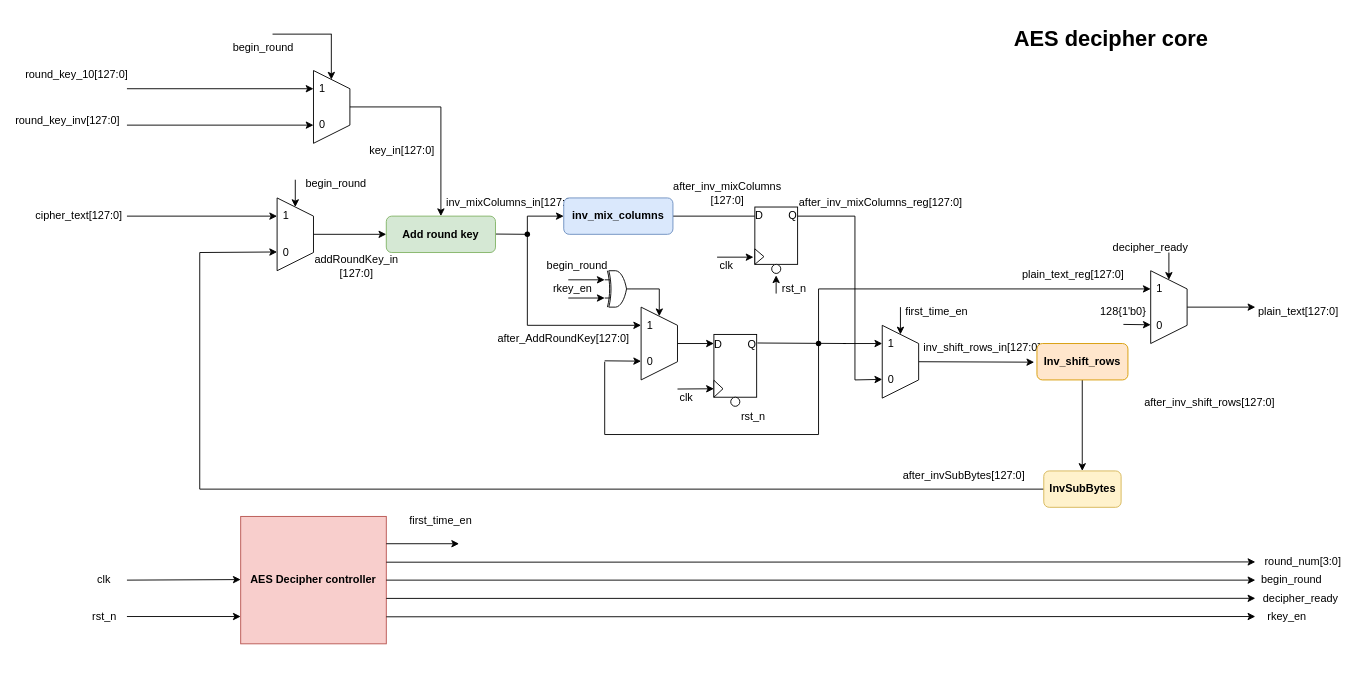
The draw.io diagram page "AES Decipher core" (18 of 26) of AES128 Diagram.drawio in 106210049/AES-128, before the edit. Source tidied: cells renumbered, new cells numbered last; positions are measured from the earlier drawing's top-left corner, leaving out a move shared by most shapes. Both pictures are drawn from the tidied source at 91%, with x=0, y=0 at pixel (26, 25).
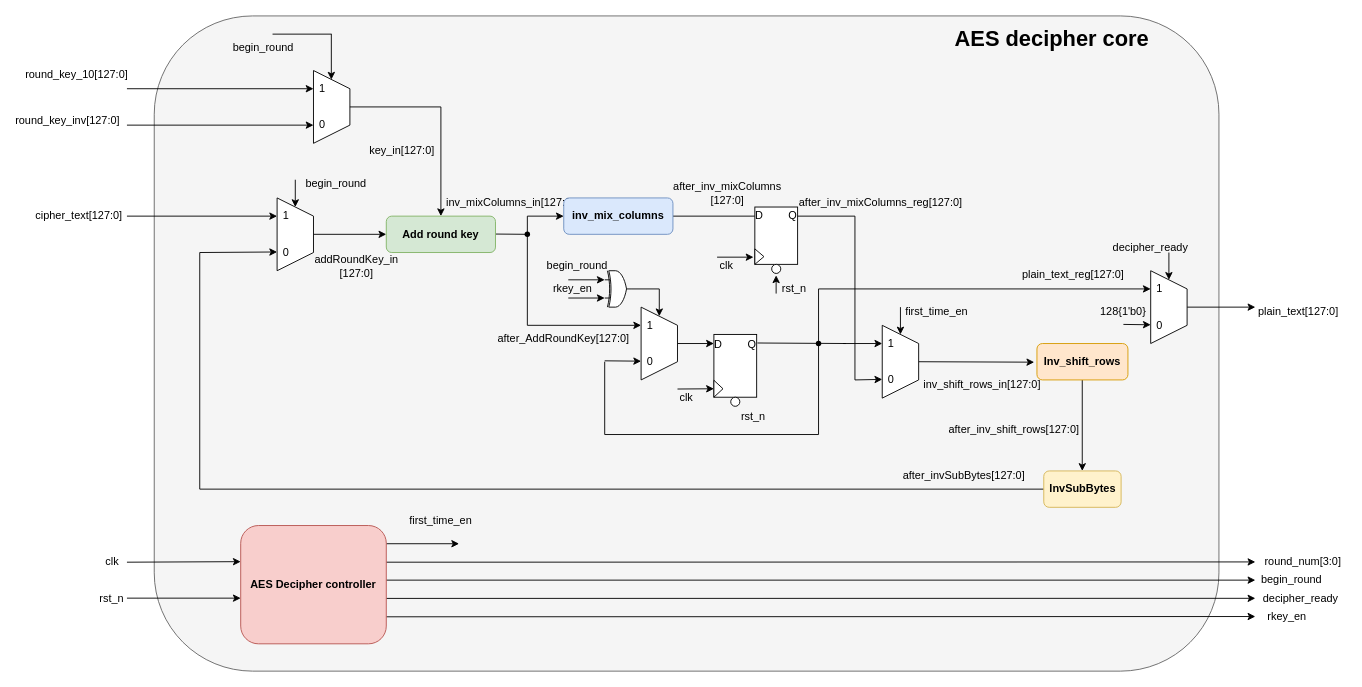
The same diagram, later.

The edit, as a diff of the source:
```diff
@@
+    <mxCell id="131" style="rounded=1;whiteSpace=wrap;html=1;fillColor=#f5f5f5;fontColor=#333333;strokeColor=#666666;" parent="1" vertex="1">
+      <mxGeometry x="140" y="-10" width="1170" height="720" as="geometry" />
+    </mxCell>
@@
-    <mxCell id="61" value="AES Decipher controller" style="rounded=0;whiteSpace=wrap;html=1;fillColor=#f8cecc;fontStyle=1;strokeColor=#b85450;" parent="1" vertex="1">
-      <mxGeometry x="235" y="540" width="160" height="140" as="geometry" />
-    </mxCell>
     <mxCell id="62" style="endArrow=classic;html=1;rounded=0;" parent="1" edge="1">
       <mxGeometry relative="1" as="geometry">
-        <mxPoint x="110" y="610" as="sourcePoint" />
-        <mxPoint x="235" y="609.4" as="targetPoint" />
+        <mxPoint x="110" y="590.3" as="sourcePoint" />
+        <mxPoint x="235" y="589.7" as="targetPoint" />
       </mxGeometry>
     </mxCell>
     <mxCell id="63" value="clk" style="text;strokeColor=none;align=center;fillColor=none;html=1;verticalAlign=middle;whiteSpace=wrap;rounded=0;" parent="1" vertex="1">
-      <mxGeometry x="60" y="600" width="50" height="20" as="geometry" />
+      <mxGeometry x="68.5" y="580" width="50" height="20" as="geometry" />
     </mxCell>
     <mxCell id="64" style="endArrow=classic;html=1;rounded=0;" parent="1" edge="1">
       <mxGeometry relative="1" as="geometry">
-        <mxPoint x="110" y="650" as="sourcePoint" />
-        <mxPoint x="235" y="650" as="targetPoint" />
+        <mxPoint x="110" y="629.8" as="sourcePoint" />
+        <mxPoint x="235" y="629.8" as="targetPoint" />
       </mxGeometry>
     </mxCell>
     <mxCell id="65" value="rst_n" style="text;strokeColor=none;align=center;fillColor=none;html=1;verticalAlign=middle;whiteSpace=wrap;rounded=0;" parent="1" vertex="1">
-      <mxGeometry x="68.5" y="640" width="33" height="20" as="geometry" />
+      <mxGeometry x="77" y="620" width="33" height="20" as="geometry" />
     </mxCell>
@@
     <mxCell id="74" value="&lt;font style=&quot;font-size: 24px;&quot;&gt;&lt;b&gt;AES decipher core&amp;nbsp;&lt;/b&gt;&lt;/font&gt;" style="text;strokeColor=none;align=center;fillColor=none;html=1;verticalAlign=middle;whiteSpace=wrap;rounded=0;" parent="1" vertex="1">
-      <mxGeometry x="1080" width="230" height="30" as="geometry" />
+      <mxGeometry x="1015" width="230" height="30" as="geometry" />
     </mxCell>
@@
     <mxCell id="89" value="after_inv_shift_rows&lt;span style=&quot;background-color: transparent; color: light-dark(rgb(0, 0, 0), rgb(255, 255, 255));&quot;&gt;[127:0]&lt;/span&gt;" style="text;strokeColor=none;align=center;fillColor=none;html=1;verticalAlign=middle;whiteSpace=wrap;rounded=0;" parent="1" vertex="1">
-      <mxGeometry x="1230" y="400" width="140" height="30" as="geometry" />
+      <mxGeometry x="1015" y="430" width="140" height="30" as="geometry" />
     </mxCell>
@@
     <mxCell id="93" style="group;" parent="1" vertex="1">
-      <mxGeometry x="860" y="310" width="160" height="100" as="geometry" />
+      <mxGeometry x="860" y="310" width="260" height="100" as="geometry" />
     </mxCell>
@@
-    <mxCell id="104" value="inv_shift_rows_in&lt;span style=&quot;background-color: transparent; color: light-dark(rgb(0, 0, 0), rgb(255, 255, 255));&quot;&gt;[127:0]&lt;/span&gt;" style="text;strokeColor=none;align=center;fillColor=none;html=1;verticalAlign=middle;whiteSpace=wrap;rounded=0;" parent="1" vertex="1">
-      <mxGeometry x="980" y="340" width="140" height="30" as="geometry" />
+    <mxCell id="104" value="inv_shift_rows_in&lt;span style=&quot;background-color: transparent; color: light-dark(rgb(0, 0, 0), rgb(255, 255, 255));&quot;&gt;[127:0]&lt;/span&gt;" style="text;strokeColor=none;align=center;fillColor=none;html=1;verticalAlign=middle;whiteSpace=wrap;rounded=0;" parent="93" vertex="1">
+      <mxGeometry x="120" y="70" width="140" height="30" as="geometry" />
     </mxCell>
@@
+    <mxCell id="61" value="&lt;span style=&quot;font-weight: 700;&quot;&gt;AES Decipher controller&lt;/span&gt;" style="rounded=1;whiteSpace=wrap;html=1;fillColor=#f8cecc;strokeColor=#b85450;" parent="1" vertex="1">
+      <mxGeometry x="235" y="550" width="160" height="130" as="geometry" />
+    </mxCell>
```
